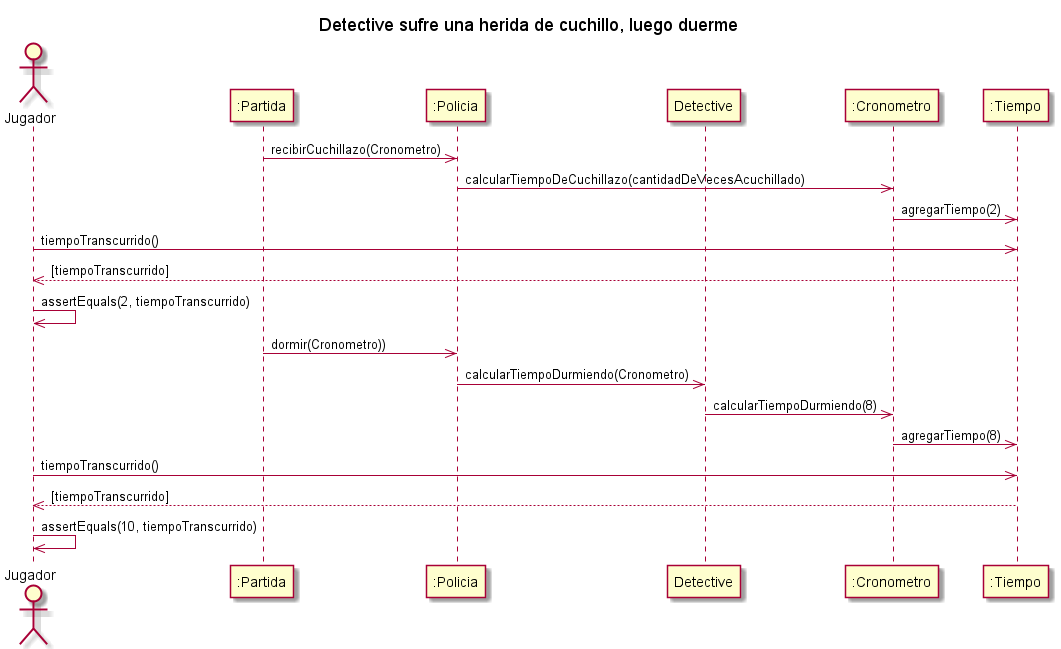
Before: diagrams/sequences/entrega2/DS_DetectiveSufreHeridaDeCuchilloYDuerme.png, a diagram exported from PlantUML (kmu01/Algo3_tp2).
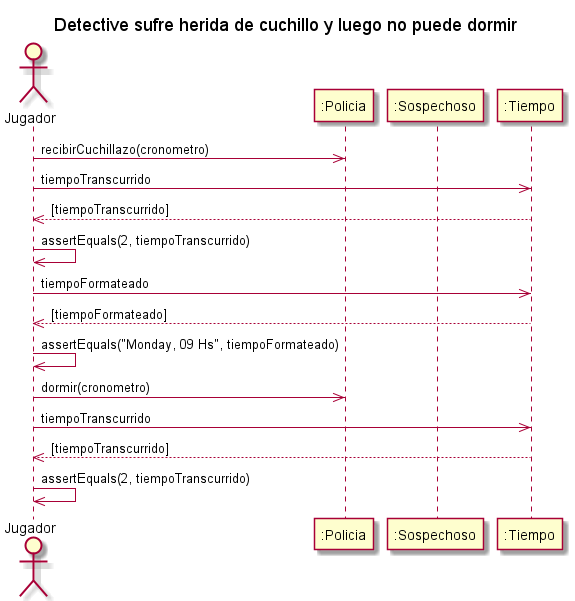
Later version of the same file.

Diff of the diagram source:
```diff
@@ -1,28 +1,22 @@
 @startuml
-title Detective sufre una herida de cuchillo, luego duerme
+title Detective sufre herida de cuchillo y luego no puede dormir
 
 actor "Jugador" as AlgoThief
-participant ":Partida" as Partida
 participant ":Policia" as Policia
-participant "Detective" as Grado
-participant ":Cronometro" as Cronometro
+participant ":Sospechoso" as Sospechoso
 participant ":Tiempo" as Tiempo
-
-Partida ->> Policia : recibirCuchillazo(Cronometro)
-Policia ->> Cronometro : calcularTiempoDeCuchillazo(cantidadDeVecesAcuchillado)
-Cronometro ->> Tiempo : agregarTiempo(2)
-
-AlgoThief ->> Tiempo : tiempoTranscurrido()
-return [tiempoTranscurrido]
+AlgoThief ->> Policia : recibirCuchillazo(cronometro)
+AlgoThief ->> Tiempo : tiempoTranscurrido
+return[tiempoTranscurrido]
 AlgoThief ->> AlgoThief : assertEquals(2, tiempoTranscurrido)
 
-Partida ->> Policia : dormir(Cronometro))
-Policia ->> Grado : calcularTiempoDurmiendo(Cronometro)
-Grado ->> Cronometro : calcularTiempoDurmiendo(8)
-Cronometro ->> Tiempo : agregarTiempo(8)
+AlgoThief ->> Tiempo : tiempoFormateado
+return[tiempoFormateado]
+AlgoThief ->> AlgoThief : assertEquals("Monday, 09 Hs", tiempoFormateado)
 
-AlgoThief ->> Tiempo : tiempoTranscurrido()
-return [tiempoTranscurrido]
-AlgoThief ->> AlgoThief : assertEquals(10, tiempoTranscurrido)
+AlgoThief ->> Policia : dormir(cronometro)
+AlgoThief ->> Tiempo : tiempoTranscurrido
+return[tiempoTranscurrido]
+AlgoThief ->> AlgoThief : assertEquals(2, tiempoTranscurrido)
 
 @enduml
```
